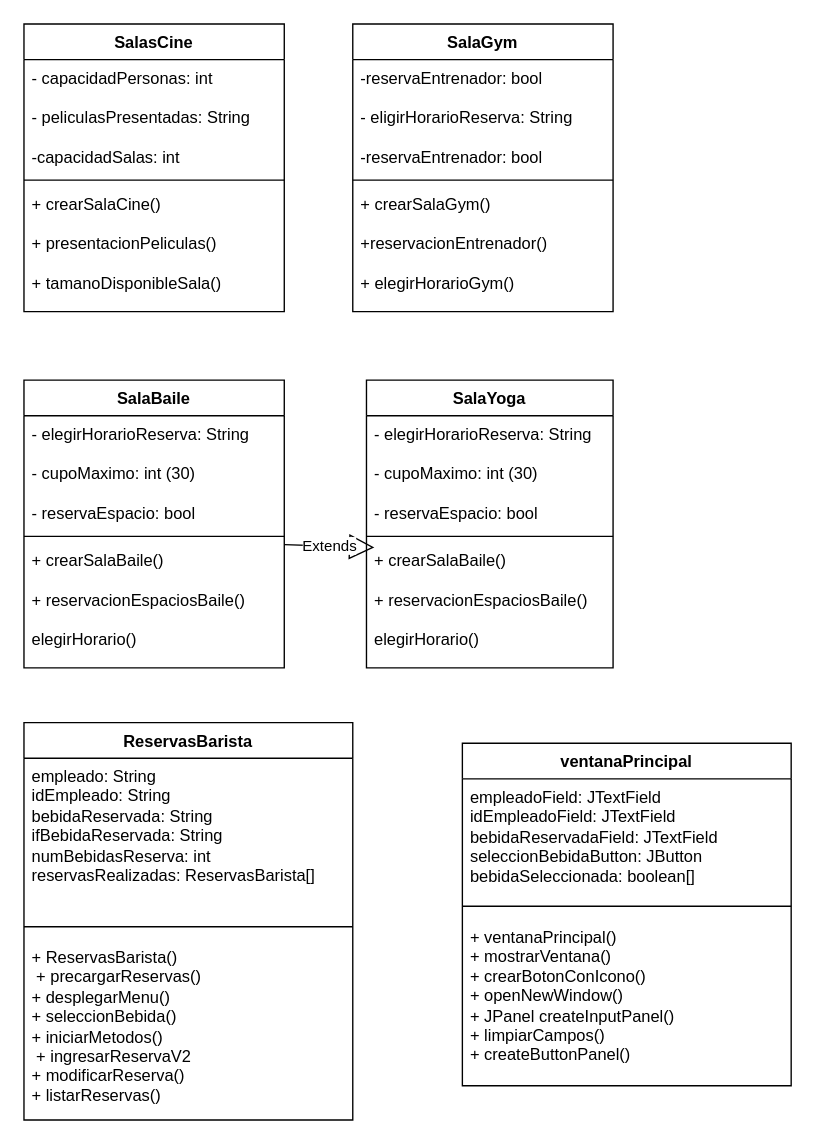
Above: SistemaReservasJava.drawio in handelenriquezacuna/javaSistemaReserva (draw.io), before the change. Source tidied: cells renumbered, new cells numbered last; positions are measured from the earlier drawing's top-left corner, leaving out a move shared by most shapes. Both pictures are drawn from the tidied source at 137%, with x=0, y=0 at pixel (23, 23).
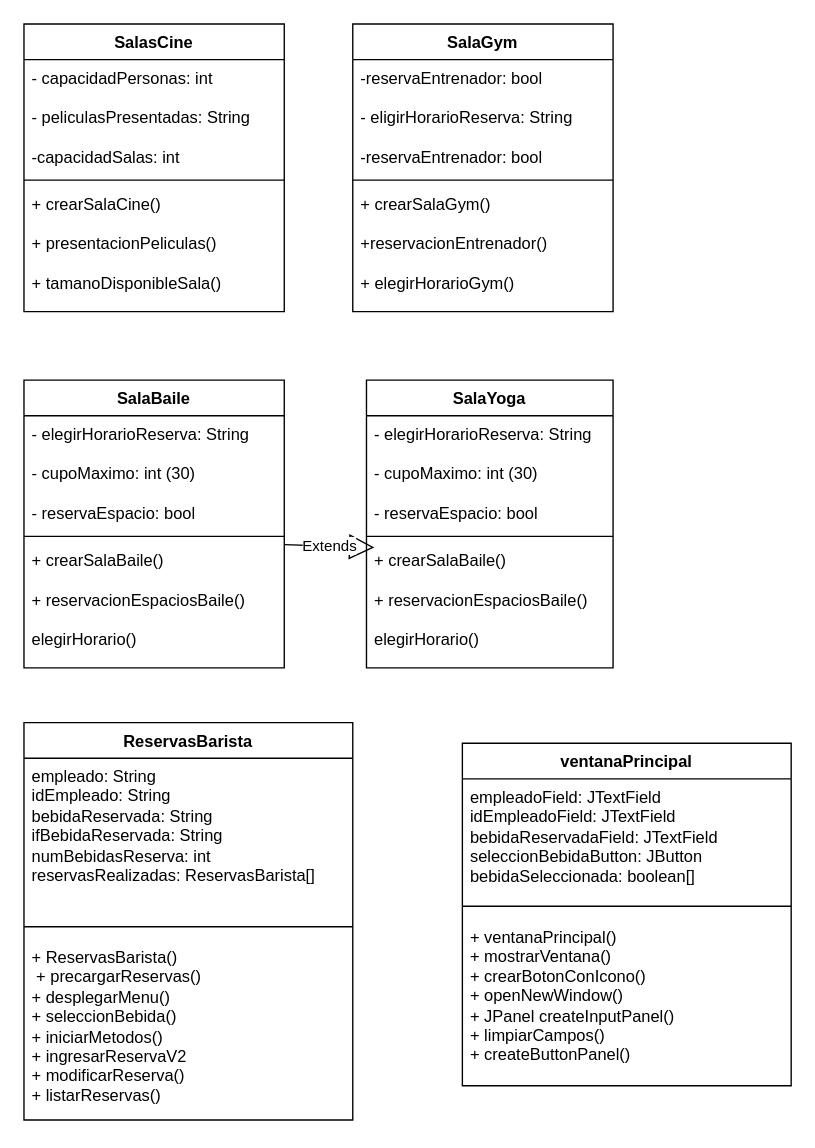
The same diagram, later.

Commit message:
Actualizacion del diagrama de clases con ventana Principal

Unchanged cells that the change refers to:
```xml
<mxCell id="18" value="ReservasBarista&lt;div&gt;&lt;br&gt;&lt;/div&gt;" style="swimlane;fontStyle=1;align=center;verticalAlign=top;horizontal=1;startSize=26;whiteSpace=wrap;html=1;" parent="1" vertex="1">
  <mxGeometry y="510" width="240" height="290" as="geometry" />
</mxCell>
```

Diff of the diagram source:
```diff
@@
-    <mxCell id="21" value="&lt;font style=&quot;font-size: 12px;&quot;&gt;&lt;span style=&quot;white-space: pre;&quot;&gt;+ ReservasBarista()&lt;br&gt;&lt;/span&gt;&lt;span style=&quot;white-space: pre;&quot;&gt; + precargarReservas() &lt;/span&gt;&lt;/font&gt;&lt;div style=&quot;&quot;&gt;&lt;font style=&quot;font-size: 12px;&quot;&gt;&lt;span style=&quot;white-space: pre;&quot;&gt;+ desplegarMenu()&lt;br&gt;&lt;/span&gt;&lt;span style=&quot;white-space: pre;&quot;&gt;+ seleccionBebida()&lt;br&gt;&lt;/span&gt;&lt;span style=&quot;white-space: pre;&quot;&gt;+ iniciarMetodos()&lt;br&gt;&lt;/span&gt;&lt;span style=&quot;white-space: pre;&quot;&gt; + ingresarReservaV2&lt;br&gt;&lt;/span&gt;&lt;span style=&quot;white-space: pre;&quot;&gt;+ modificarReserva() &lt;br&gt;&lt;/span&gt;&lt;span style=&quot;white-space: pre;&quot;&gt;+ listarReservas()&lt;br&gt;&lt;/span&gt;&lt;/font&gt;&lt;div&gt;&lt;span style=&quot;background-color: rgb(9, 9, 11); color: rgb(227, 234, 242); font-family: __JetBrains_Mono_3c557b, __JetBrains_Mono_Fallback_3c557b; white-space: pre;&quot;&gt;&lt;br&gt;&lt;/span&gt;&lt;/div&gt;&lt;/div&gt;" style="text;strokeColor=none;fillColor=none;align=left;verticalAlign=top;spacingLeft=4;spacingRight=4;overflow=hidden;whiteSpace=wrap;html=1;" parent="18" vertex="1">
+    <mxCell id="21" value="&lt;font style=&quot;font-size: 12px;&quot;&gt;&lt;span style=&quot;white-space: pre;&quot;&gt;+ ReservasBarista()&lt;br&gt;&lt;/span&gt;&lt;span style=&quot;white-space: pre;&quot;&gt; + precargarReservas() &lt;/span&gt;&lt;/font&gt;&lt;div style=&quot;&quot;&gt;&lt;font style=&quot;font-size: 12px;&quot;&gt;&lt;span style=&quot;white-space: pre;&quot;&gt;+ desplegarMenu()&lt;br&gt;&lt;/span&gt;&lt;span style=&quot;white-space: pre;&quot;&gt;+ seleccionBebida()&lt;br&gt;&lt;/span&gt;&lt;span style=&quot;white-space: pre;&quot;&gt;+ iniciarMetodos()&lt;br&gt;&lt;/span&gt;&lt;span style=&quot;white-space: pre;&quot;&gt;+ ingresarReservaV2&lt;br&gt;&lt;/span&gt;&lt;span style=&quot;white-space: pre;&quot;&gt;+ modificarReserva() &lt;br&gt;&lt;/span&gt;&lt;span style=&quot;white-space: pre;&quot;&gt;+ listarReservas()&lt;br&gt;&lt;/span&gt;&lt;/font&gt;&lt;div&gt;&lt;span style=&quot;background-color: rgb(9, 9, 11); color: rgb(227, 234, 242); font-family: __JetBrains_Mono_3c557b, __JetBrains_Mono_Fallback_3c557b; white-space: pre;&quot;&gt;&lt;br&gt;&lt;/span&gt;&lt;/div&gt;&lt;/div&gt;" style="text;strokeColor=none;fillColor=none;align=left;verticalAlign=top;spacingLeft=4;spacingRight=4;overflow=hidden;whiteSpace=wrap;html=1;" parent="18" vertex="1">
       <mxGeometry y="158" width="240" height="132" as="geometry" />
     </mxCell>
```
